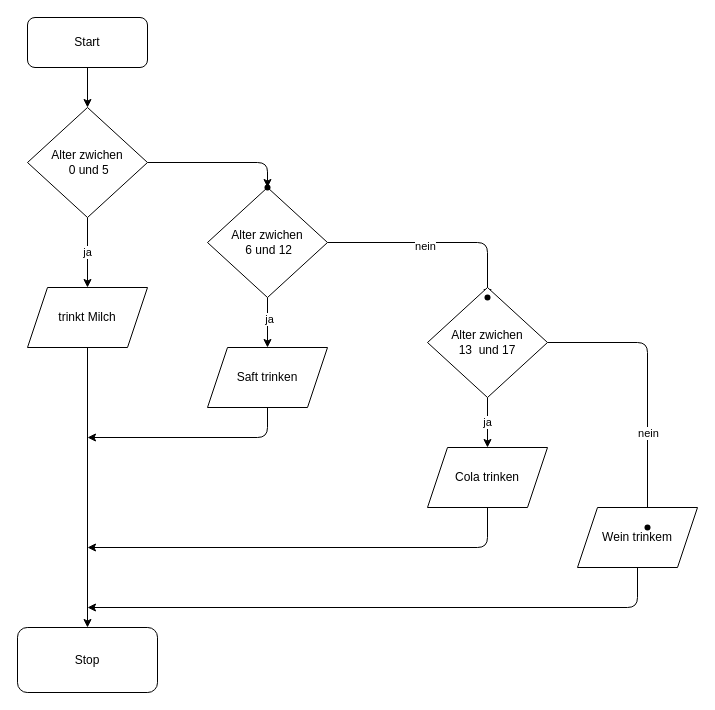
This is pap.drawio from Hindax/04_CodeChallenge_02, a draw.io file, before an edit. Source tidied: cells renumbered, new cells numbered last; positions are measured from the earlier drawing's top-left corner, leaving out a move shared by most shapes. Both pictures are drawn from the tidied source at 100%, with x=0, y=0 at pixel (17, 17).
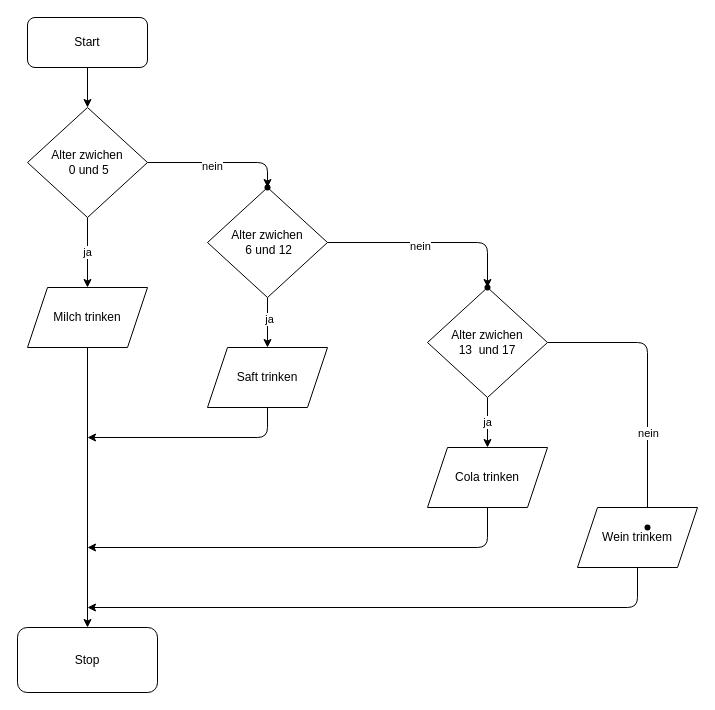
After the change.

The change refers to these unchanged cells:
```xml
<mxCell id="6" style="edgeStyle=none;html=1;" parent="1" edge="1" source="7" target="14">
  <mxGeometry relative="1" as="geometry">
    <Array as="points">
      <mxPoint x="250" y="145" />
    </Array>
  </mxGeometry>
</mxCell>
```

Diff of the diagram source:
```diff
@@
+    <mxCell id="28" value="nein" style="edgeLabel;html=1;align=center;verticalAlign=middle;" parent="6" vertex="1">
+      <mxGeometry x="-0.12" y="-2" relative="1" as="geometry">
+        <mxPoint y="1" as="offset" />
+      </mxGeometry>
+    </mxCell>
@@
-    <mxCell id="9" value="trinkt Milch" style="shape=parallelogram;perimeter=parallelogramPerimeter;whiteSpace=wrap;html=1;fixedSize=1;" parent="1" vertex="1">
+    <mxCell id="9" value="Milch trinken" style="shape=parallelogram;perimeter=parallelogramPerimeter;whiteSpace=wrap;html=1;fixedSize=1;" parent="1" vertex="1">
       <mxGeometry x="10" y="270" width="120" height="60" as="geometry" />
     </mxCell>
@@
     <mxCell id="26" style="shape=waypoint;sketch=0;size=6;points=[];fillColor=default;perimeter=centerPerimeter;snapToPoint=1;" parent="1" vertex="1">
-      <mxGeometry x="450" y="260" width="40" height="40" as="geometry" />
+      <mxGeometry x="450" y="250" width="40" height="40" as="geometry" />
     </mxCell>
```
